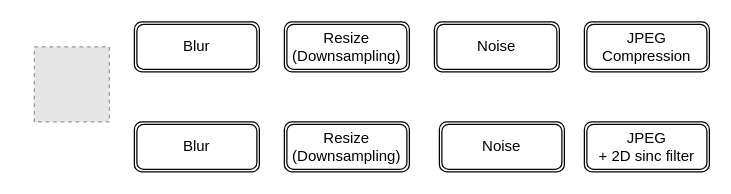
Earlier version of the draw.io diagram second-order-degradation.drawio (zhaoyangkun/draw.io). Source tidied: cells renumbered, new cells numbered last; positions are measured from the earlier drawing's top-left corner, leaving out a move shared by most shapes. Both pictures are drawn from the tidied source at 125%, with x=0, y=0 at pixel (34, 21). Pictures stored in the file or linked from it are replaced by grey dashed boxes.
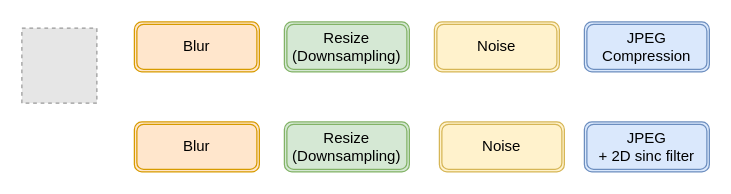
Above is the later version.

Change to the diagram source:
```diff
@@
 <mxGraphModel>
   <root>
     <mxCell id="0" />
     <mxCell id="1" parent="0" />
     <mxCell id="2" style="fillColor=#E6E6E6;strokeColor=#999999;dashed=1;verticalLabelPosition=bottom;labelBackgroundColor=default;verticalAlign=top;" parent="1" vertex="1">
-      <mxGeometry y="20" width="60" height="60" as="geometry" />
+      <mxGeometry x="-10" y="5" width="60" height="60" as="geometry" />
     </mxCell>
-    <mxCell id="3" value="Blur" style="shape=ext;double=1;rounded=1;whiteSpace=wrap;html=1;" parent="1" vertex="1">
-      <mxGeometry x="80" width="100" height="40" as="geometry" />
-    </mxCell>
-    <mxCell id="4" value="Resize&lt;br&gt;(Downsampling)" style="shape=ext;double=1;rounded=1;whiteSpace=wrap;html=1;" parent="1" vertex="1">
+    <mxCell id="4" value="Resize&lt;br&gt;(Downsampling)" style="shape=ext;double=1;rounded=1;whiteSpace=wrap;html=1;fillColor=#d5e8d4;strokeColor=#82b366;" parent="1" vertex="1">
       <mxGeometry x="200" width="100" height="40" as="geometry" />
     </mxCell>
-    <mxCell id="5" value="Noise" style="shape=ext;double=1;rounded=1;whiteSpace=wrap;html=1;" parent="1" vertex="1">
+    <mxCell id="5" value="Noise" style="shape=ext;double=1;rounded=1;whiteSpace=wrap;html=1;fillColor=#fff2cc;strokeColor=#d6b656;" parent="1" vertex="1">
       <mxGeometry x="320" width="100" height="40" as="geometry" />
     </mxCell>
-    <mxCell id="6" value="JPEG&lt;br&gt;Compression" style="shape=ext;double=1;rounded=1;whiteSpace=wrap;html=1;" parent="1" vertex="1">
+    <mxCell id="6" value="JPEG&lt;br&gt;Compression" style="shape=ext;double=1;rounded=1;whiteSpace=wrap;html=1;fillColor=#dae8fc;strokeColor=#6c8ebf;" parent="1" vertex="1">
       <mxGeometry x="440" width="100" height="40" as="geometry" />
     </mxCell>
-    <mxCell id="7" value="Blur" style="shape=ext;double=1;rounded=1;whiteSpace=wrap;html=1;" parent="1" vertex="1">
+    <mxCell id="7" value="Blur" style="shape=ext;double=1;rounded=1;whiteSpace=wrap;html=1;fillColor=#ffe6cc;strokeColor=#d79b00;" parent="1" vertex="1">
       <mxGeometry x="80" y="80" width="100" height="40" as="geometry" />
     </mxCell>
-    <mxCell id="8" value="Resize&lt;br&gt;(Downsampling)" style="shape=ext;double=1;rounded=1;whiteSpace=wrap;html=1;" parent="1" vertex="1">
+    <mxCell id="8" value="Resize&lt;br&gt;(Downsampling)" style="shape=ext;double=1;rounded=1;whiteSpace=wrap;html=1;fillColor=#d5e8d4;strokeColor=#82b366;" parent="1" vertex="1">
       <mxGeometry x="200" y="80" width="100" height="40" as="geometry" />
     </mxCell>
-    <mxCell id="9" value="Noise" style="shape=ext;double=1;rounded=1;whiteSpace=wrap;html=1;" parent="1" vertex="1">
+    <mxCell id="9" value="Noise" style="shape=ext;double=1;rounded=1;whiteSpace=wrap;html=1;fillColor=#fff2cc;strokeColor=#d6b656;" parent="1" vertex="1">
       <mxGeometry x="324" y="80" width="100" height="40" as="geometry" />
     </mxCell>
-    <mxCell id="10" value="JPEG&lt;br&gt;+ 2D sinc filter" style="shape=ext;double=1;rounded=1;whiteSpace=wrap;html=1;" parent="1" vertex="1">
+    <mxCell id="10" value="JPEG&lt;br&gt;+ 2D sinc filter" style="shape=ext;double=1;rounded=1;whiteSpace=wrap;html=1;fillColor=#dae8fc;strokeColor=#6c8ebf;" parent="1" vertex="1">
       <mxGeometry x="440" y="80" width="100" height="40" as="geometry" />
     </mxCell>
+    <mxCell id="3" value="Blur" style="shape=ext;double=1;rounded=1;whiteSpace=wrap;html=1;fillColor=#ffe6cc;strokeColor=#d79b00;" parent="1" vertex="1">
+      <mxGeometry x="80" width="100" height="40" as="geometry" />
+    </mxCell>
   </root>
 </mxGraphModel>
```
